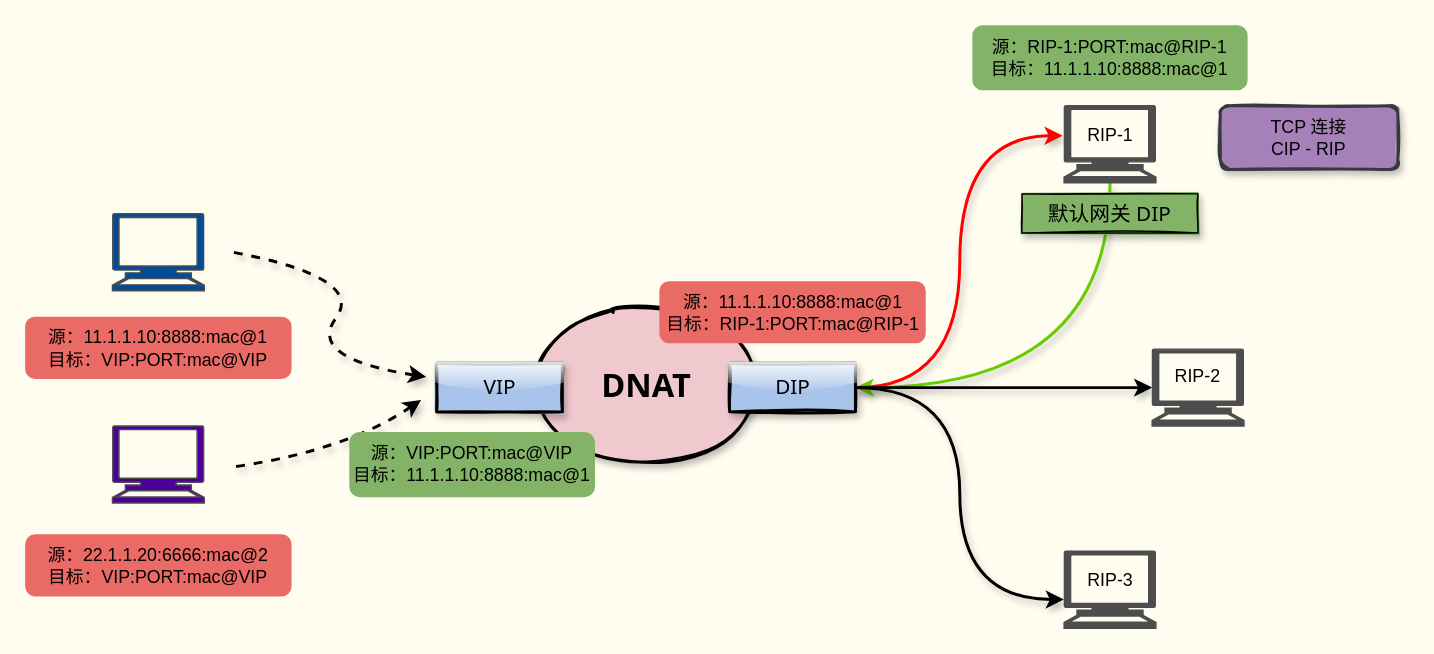
The draw.io diagram pictures/负载均衡/dnat.drawio in boxtsecond/draw, before the edit. Source tidied: cells renumbered, new cells numbered last; positions are measured from the earlier drawing's top-left corner, leaving out a move shared by most shapes. Both pictures are drawn from the tidied source at 148%, with x=0, y=0 at pixel (25, 25).
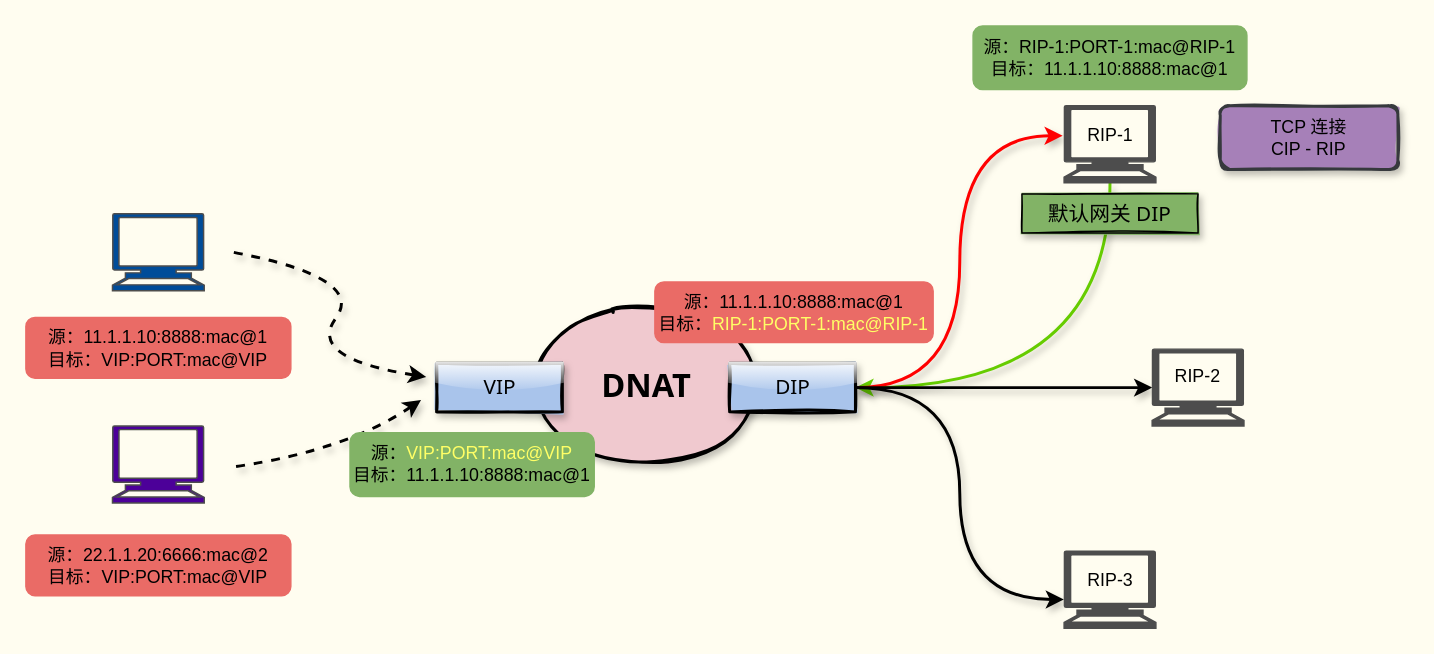
The same diagram, later.

What changed in the source:
```diff
@@
-    <mxCell id="20" value="源：&lt;span style=&quot;font-family: &amp;#34;helvetica&amp;#34;&quot;&gt;11.1.1.10&lt;/span&gt;&lt;span style=&quot;font-family: &amp;#34;helvetica&amp;#34;&quot;&gt;:8888:mac@1&lt;/span&gt;&lt;br&gt;目标：RIP-1:PORT:mac@RIP-1" style="rounded=1;whiteSpace=wrap;html=1;fillColor=#EA6B66;strokeColor=#EA6B66;" parent="1" vertex="1">
-      <mxGeometry x="428.5" y="173" width="179" height="41" as="geometry" />
+    <mxCell id="20" value="源：&lt;span style=&quot;font-family: &amp;#34;helvetica&amp;#34;&quot;&gt;11.1.1.10&lt;/span&gt;&lt;span style=&quot;font-family: &amp;#34;helvetica&amp;#34;&quot;&gt;:8888:mac@1&lt;/span&gt;&lt;br&gt;目标：&lt;font color=&quot;#ffff66&quot;&gt;RIP-1:PORT-1:mac@RIP-1&lt;/font&gt;" style="rounded=1;whiteSpace=wrap;html=1;fillColor=#EA6B66;strokeColor=#EA6B66;" parent="1" vertex="1">
+      <mxGeometry x="425" y="173" width="188" height="41" as="geometry" />
     </mxCell>
-    <mxCell id="21" value="源：RIP-1:PORT:mac@RIP-1&lt;br&gt;目标：&lt;span style=&quot;font-family: &amp;#34;helvetica&amp;#34;&quot;&gt;11.1.1.10:8888:mac@1&lt;/span&gt;" style="rounded=1;whiteSpace=wrap;html=1;strokeColor=#82b366;fillColor=#82B366;" parent="1" vertex="1">
+    <mxCell id="21" value="源：RIP-1:PORT-1:mac@RIP-1&lt;br&gt;目标：&lt;span style=&quot;font-family: &amp;#34;helvetica&amp;#34;&quot;&gt;11.1.1.10:8888:mac@1&lt;/span&gt;" style="rounded=1;whiteSpace=wrap;html=1;strokeColor=#82b366;fillColor=#82B366;" parent="1" vertex="1">
       <mxGeometry x="640" width="185" height="43" as="geometry" />
     </mxCell>
@@
-    <mxCell id="27" value="源：&lt;span style=&quot;font-family: &amp;#34;helvetica&amp;#34;&quot;&gt;VIP:PORT:mac@VIP&lt;/span&gt;&lt;br&gt;目标：&lt;span style=&quot;font-family: &amp;#34;helvetica&amp;#34;&quot;&gt;11.1.1.10:8888:mac@1&lt;/span&gt;" style="rounded=1;whiteSpace=wrap;html=1;strokeColor=#82b366;fillColor=#82B366;" parent="1" vertex="1">
+    <mxCell id="27" value="源：&lt;span style=&quot;font-family: &amp;#34;helvetica&amp;#34;&quot;&gt;&lt;font color=&quot;#ffff66&quot;&gt;VIP:PORT:mac@VIP&lt;/font&gt;&lt;/span&gt;&lt;br&gt;目标：&lt;span style=&quot;font-family: &amp;#34;helvetica&amp;#34;&quot;&gt;11.1.1.10:8888:mac@1&lt;/span&gt;" style="rounded=1;whiteSpace=wrap;html=1;strokeColor=#82b366;fillColor=#82B366;" parent="1" vertex="1">
       <mxGeometry x="219" y="274.9" width="165" height="43" as="geometry" />
     </mxCell>
```
